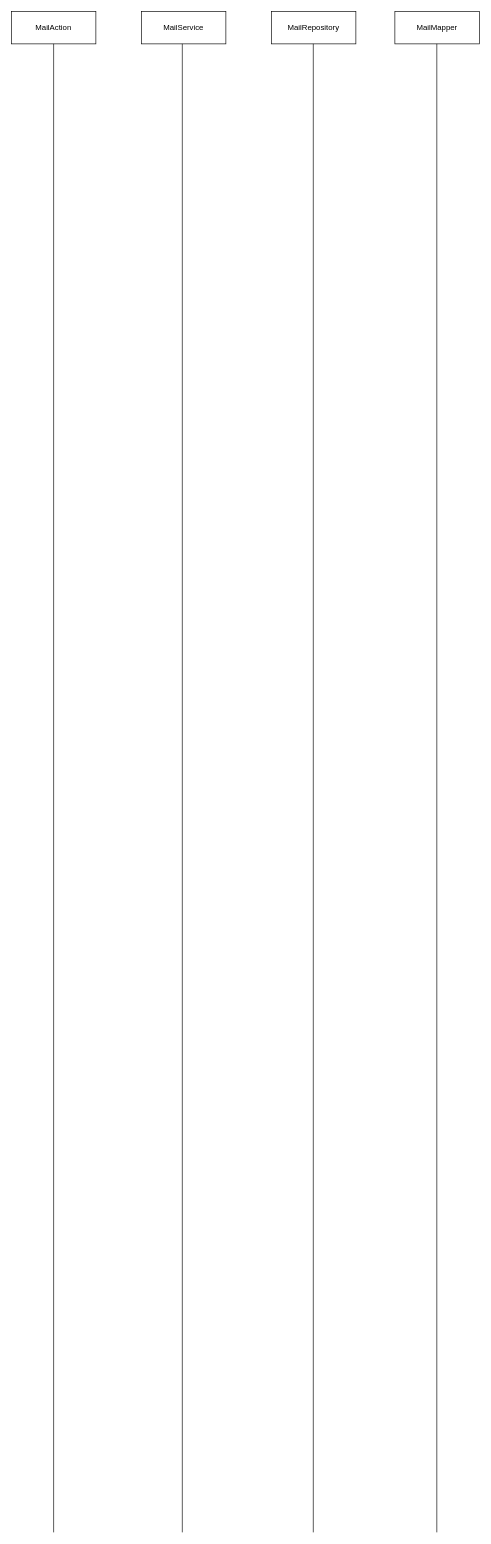
Above: Mail服务.drawio in Ordertiny/graph (draw.io), before the change. Source tidied: cells renumbered, new cells numbered last; positions are measured from the earlier drawing's top-left corner, leaving out a move shared by most shapes. Both pictures are drawn from the tidied source at 65%, with x=0, y=0 at pixel (11, 11).
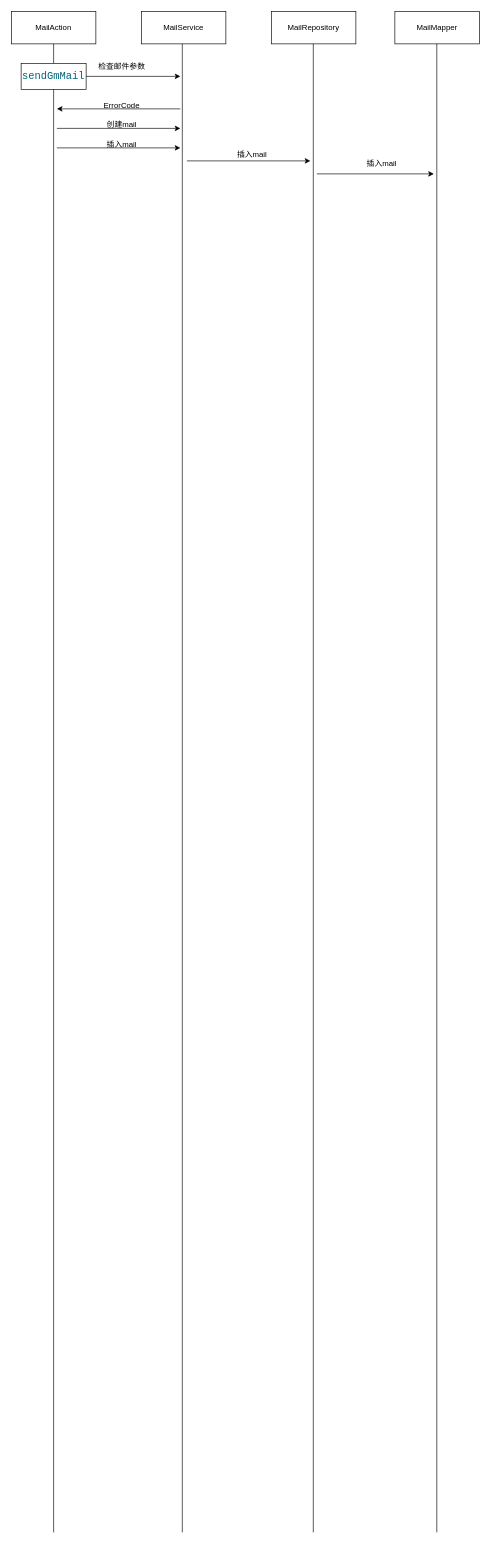
Above is the later version.

The change refers to these unchanged cells:
```xml
<mxCell id="2" value="MailAction" style="rounded=0;whiteSpace=wrap;html=1;" parent="1" vertex="1">
  <mxGeometry width="130" height="50" as="geometry" />
</mxCell>
```

Change to the diagram source:
```diff
@@
-    <mxCell id="6" style="endArrow=none;html=1;rounded=0;entryX=0.5;entryY=1;entryDx=0;entryDy=0;" parent="1" edge="1" target="2">
-      <mxGeometry relative="1" as="geometry">
-        <mxPoint x="65" y="2340" as="sourcePoint" />
-      </mxGeometry>
+    <mxCell id="6" style="endArrow=none;html=1;rounded=0;entryX=0.5;entryY=1;entryDx=0;entryDy=0;startArrow=none;" parent="1" edge="1" source="12" target="2">
+      <mxGeometry relative="1" as="geometry" />
     </mxCell>
@@
+    <mxCell id="10" style="endArrow=classic;html=1;rounded=0;" parent="1" edge="1">
+      <mxGeometry relative="1" as="geometry">
+        <mxPoint x="70" y="100" as="sourcePoint" />
+        <mxPoint x="260" y="100" as="targetPoint" />
+      </mxGeometry>
+    </mxCell>
+    <mxCell id="11" value="检查邮件参数" style="text;html=1;strokeColor=none;fillColor=none;align=center;verticalAlign=middle;whiteSpace=wrap;rounded=0;" parent="1" vertex="1">
+      <mxGeometry x="120" y="70" width="100" height="30" as="geometry" />
+    </mxCell>
+    <mxCell id="12" value="&lt;pre style=&quot;background-color:#ffffff;color:#080808;font-family:'宋体',monospace;font-size:12.0pt;&quot;&gt;&lt;span style=&quot;color:#00627a;&quot;&gt;sendGmMail&lt;/span&gt;&lt;/pre&gt;" style="rounded=0;whiteSpace=wrap;html=1;" parent="1" vertex="1">
+      <mxGeometry x="15" y="80" width="100" height="40" as="geometry" />
+    </mxCell>
+    <mxCell id="13" style="endArrow=none;html=1;rounded=0;entryX=0.5;entryY=1;entryDx=0;entryDy=0;" parent="1" edge="1" target="12">
+      <mxGeometry relative="1" as="geometry">
+        <mxPoint x="65" y="2340" as="sourcePoint" />
+      </mxGeometry>
+    </mxCell>
+    <mxCell id="14" style="endArrow=classic;html=1;rounded=0;" parent="1" edge="1">
+      <mxGeometry relative="1" as="geometry">
+        <mxPoint x="260" y="150" as="sourcePoint" />
+        <mxPoint x="70" y="150" as="targetPoint" />
+      </mxGeometry>
+    </mxCell>
+    <mxCell id="15" value="ErrorCode" style="text;html=1;strokeColor=none;fillColor=none;align=center;verticalAlign=middle;whiteSpace=wrap;rounded=0;" parent="1" vertex="1">
+      <mxGeometry x="140" y="130" width="60" height="30" as="geometry" />
+    </mxCell>
+    <mxCell id="16" style="endArrow=classic;html=1;rounded=0;" parent="1" edge="1">
+      <mxGeometry relative="1" as="geometry">
+        <mxPoint x="70" y="180" as="sourcePoint" />
+        <mxPoint x="260" y="180" as="targetPoint" />
+      </mxGeometry>
+    </mxCell>
+    <mxCell id="17" value="创建mail" style="text;html=1;strokeColor=none;fillColor=none;align=center;verticalAlign=middle;whiteSpace=wrap;rounded=0;" parent="1" vertex="1">
+      <mxGeometry x="140" y="160" width="60" height="30" as="geometry" />
+    </mxCell>
+    <mxCell id="18" style="endArrow=classic;html=1;rounded=0;" parent="1" edge="1">
+      <mxGeometry relative="1" as="geometry">
+        <mxPoint x="70" y="210" as="sourcePoint" />
+        <mxPoint x="260" y="210" as="targetPoint" />
+      </mxGeometry>
+    </mxCell>
+    <mxCell id="19" value="插入mail" style="text;html=1;strokeColor=none;fillColor=none;align=center;verticalAlign=middle;whiteSpace=wrap;rounded=0;" parent="1" vertex="1">
+      <mxGeometry x="140" y="190" width="60" height="30" as="geometry" />
+    </mxCell>
+    <mxCell id="20" style="endArrow=classic;html=1;rounded=0;" parent="1" edge="1">
+      <mxGeometry relative="1" as="geometry">
+        <mxPoint x="270" y="230" as="sourcePoint" />
+        <mxPoint x="460" y="230" as="targetPoint" />
+      </mxGeometry>
+    </mxCell>
+    <mxCell id="21" style="endArrow=classic;html=1;rounded=0;" parent="1" edge="1">
+      <mxGeometry relative="1" as="geometry">
+        <mxPoint x="470" y="250" as="sourcePoint" />
+        <mxPoint x="650" y="250" as="targetPoint" />
+      </mxGeometry>
+    </mxCell>
+    <mxCell id="22" value="插入mail" style="text;html=1;align=center;verticalAlign=middle;strokeColor=none;fillColor=none;" parent="1" vertex="1">
+      <mxGeometry x="340" y="210" width="60" height="20" as="geometry" />
+    </mxCell>
+    <mxCell id="23" value="插入mail" style="text;html=1;strokeColor=none;fillColor=none;align=center;verticalAlign=middle;whiteSpace=wrap;rounded=0;" parent="1" vertex="1">
+      <mxGeometry x="540" y="220" width="60" height="30" as="geometry" />
+    </mxCell>
```
